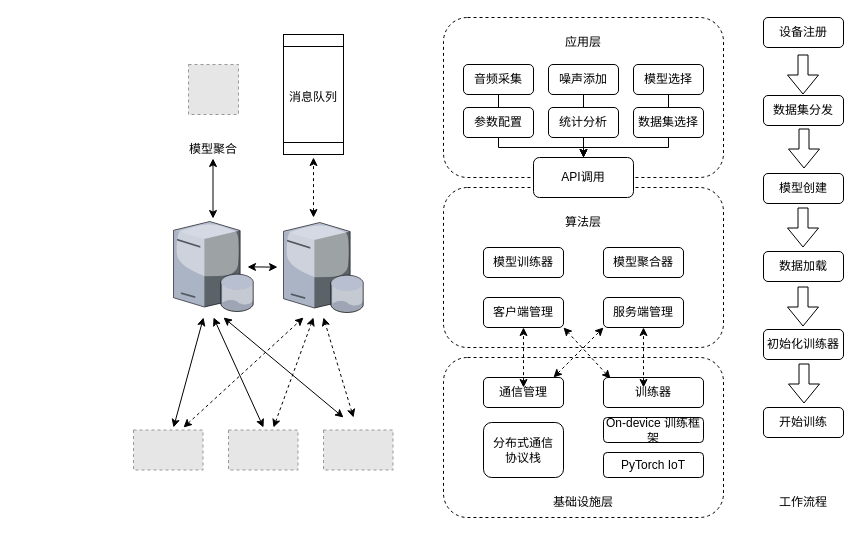
The draw.io diagram Fed-AEC.drawio in cld4h/draw.io-documents, before the edit. Source tidied: cells renumbered, new cells numbered last; positions are measured from the earlier drawing's top-left corner, leaving out a move shared by most shapes. Both pictures are drawn from the tidied source at 100%, with x=0, y=0 at pixel (133, 17). Pictures stored in the file or linked from it are replaced by grey dashed boxes.
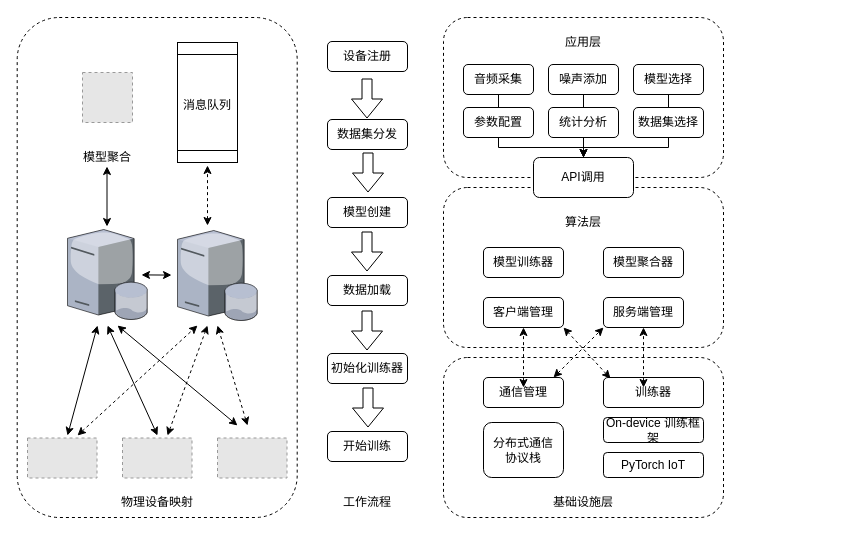
The same diagram, later.

What changed in the source:
```diff
@@
     <mxCell id="34" value="设备注册" style="rounded=1;whiteSpace=wrap;html=1;" parent="1" vertex="1">
-      <mxGeometry x="630" width="80" height="30" as="geometry" />
+      <mxGeometry x="194" y="24" width="80" height="30" as="geometry" />
     </mxCell>
     <mxCell id="35" value="数据集分发" style="rounded=1;whiteSpace=wrap;html=1;" parent="1" vertex="1">
-      <mxGeometry x="630" y="78" width="80" height="30" as="geometry" />
+      <mxGeometry x="194" y="102" width="80" height="30" as="geometry" />
     </mxCell>
     <mxCell id="36" value="模型创建" style="rounded=1;whiteSpace=wrap;html=1;" parent="1" vertex="1">
-      <mxGeometry x="630" y="156" width="80" height="30" as="geometry" />
+      <mxGeometry x="194" y="180" width="80" height="30" as="geometry" />
     </mxCell>
     <mxCell id="37" value="数据加载" style="rounded=1;whiteSpace=wrap;html=1;" parent="1" vertex="1">
-      <mxGeometry x="630" y="234" width="80" height="30" as="geometry" />
+      <mxGeometry x="194" y="258" width="80" height="30" as="geometry" />
     </mxCell>
     <mxCell id="38" value="初始化训练器" style="rounded=1;whiteSpace=wrap;html=1;" parent="1" vertex="1">
-      <mxGeometry x="630" y="312" width="80" height="30" as="geometry" />
+      <mxGeometry x="194" y="336" width="80" height="30" as="geometry" />
     </mxCell>
     <mxCell id="39" value="开始训练" style="rounded=1;whiteSpace=wrap;html=1;" parent="1" vertex="1">
-      <mxGeometry x="630" y="390" width="80" height="30" as="geometry" />
+      <mxGeometry x="194" y="414" width="80" height="30" as="geometry" />
     </mxCell>
     <mxCell id="40" style="shape=flexArrow;endArrow=classic;html=1;rounded=0;" parent="1" edge="1">
       <mxGeometry relative="1" as="geometry">
-        <mxPoint x="669.5" y="37" as="sourcePoint" />
-        <mxPoint x="669.5" y="77" as="targetPoint" />
+        <mxPoint x="233.5" y="61" as="sourcePoint" />
+        <mxPoint x="233.5" y="101" as="targetPoint" />
       </mxGeometry>
     </mxCell>
     <mxCell id="41" value="工作流程" style="text;html=1;strokeColor=none;fillColor=none;align=center;verticalAlign=middle;whiteSpace=wrap;rounded=0;" parent="1" vertex="1">
-      <mxGeometry x="630" y="470" width="80" height="30" as="geometry" />
+      <mxGeometry x="194" y="470" width="80" height="30" as="geometry" />
     </mxCell>
     <mxCell id="42" style="shape=flexArrow;endArrow=classic;html=1;rounded=0;" parent="1" edge="1">
       <mxGeometry relative="1" as="geometry">
-        <mxPoint x="670.5" y="111" as="sourcePoint" />
-        <mxPoint x="670.5" y="151" as="targetPoint" />
+        <mxPoint x="234.5" y="135" as="sourcePoint" />
+        <mxPoint x="234.5" y="175" as="targetPoint" />
       </mxGeometry>
     </mxCell>
     <mxCell id="43" style="shape=flexArrow;endArrow=classic;html=1;rounded=0;" parent="1" edge="1">
       <mxGeometry relative="1" as="geometry">
-        <mxPoint x="669.5" y="190" as="sourcePoint" />
-        <mxPoint x="669.5" y="230" as="targetPoint" />
+        <mxPoint x="233.5" y="214" as="sourcePoint" />
+        <mxPoint x="233.5" y="254" as="targetPoint" />
       </mxGeometry>
     </mxCell>
     <mxCell id="44" style="shape=flexArrow;endArrow=classic;html=1;rounded=0;" parent="1" edge="1">
       <mxGeometry relative="1" as="geometry">
-        <mxPoint x="669.5" y="269" as="sourcePoint" />
-        <mxPoint x="669.5" y="309" as="targetPoint" />
+        <mxPoint x="233.5" y="293" as="sourcePoint" />
+        <mxPoint x="233.5" y="333" as="targetPoint" />
       </mxGeometry>
     </mxCell>
     <mxCell id="45" style="shape=flexArrow;endArrow=classic;html=1;rounded=0;" parent="1" edge="1">
       <mxGeometry relative="1" as="geometry">
-        <mxPoint x="670.5" y="346" as="sourcePoint" />
-        <mxPoint x="670.5" y="386" as="targetPoint" />
+        <mxPoint x="234.5" y="370" as="sourcePoint" />
+        <mxPoint x="234.5" y="410" as="targetPoint" />
       </mxGeometry>
     </mxCell>
     <mxCell id="46" style="verticalLabelPosition=bottom;sketch=0;html=1;verticalAlign=top;strokeColor=none;align=center;shape=mxgraph.citrix.database_server;" parent="1" vertex="1">
-      <mxGeometry x="40" y="204" width="80" height="90" as="geometry" />
+      <mxGeometry x="-66" y="212" width="80" height="90" as="geometry" />
     </mxCell>
     <mxCell id="47" style="fillColor=#E6E6E6;strokeColor=#999999;dashed=1;verticalLabelPosition=bottom;labelBackgroundColor=default;verticalAlign=top;" parent="1" vertex="1">
-      <mxGeometry y="412.5" width="69.5" height="40" as="geometry" />
+      <mxGeometry x="-106" y="420.5" width="69.5" height="40" as="geometry" />
     </mxCell>
     <mxCell id="48" style="fillColor=#E6E6E6;strokeColor=#999999;dashed=1;verticalLabelPosition=bottom;labelBackgroundColor=default;verticalAlign=top;" parent="1" vertex="1">
-      <mxGeometry x="95" y="412.5" width="69.5" height="40" as="geometry" />
+      <mxGeometry x="-11" y="420.5" width="69.5" height="40" as="geometry" />
     </mxCell>
     <mxCell id="49" style="fillColor=#E6E6E6;strokeColor=#999999;dashed=1;verticalLabelPosition=bottom;labelBackgroundColor=default;verticalAlign=top;" parent="1" vertex="1">
-      <mxGeometry x="190" y="412.5" width="69.5" height="40" as="geometry" />
+      <mxGeometry x="84" y="420.5" width="69.5" height="40" as="geometry" />
     </mxCell>
     <mxCell id="50" style="verticalLabelPosition=bottom;sketch=0;html=1;verticalAlign=top;strokeColor=none;align=center;shape=mxgraph.citrix.database_server;" parent="1" vertex="1">
-      <mxGeometry x="150" y="205" width="80" height="90" as="geometry" />
+      <mxGeometry x="44" y="213" width="80" height="90" as="geometry" />
     </mxCell>
     <mxCell id="51" style="endArrow=classic;startArrow=classic;html=1;rounded=0;dashed=1;" parent="1" edge="1">
       <mxGeometry relative="1" as="geometry">
-        <mxPoint x="50" y="410" as="sourcePoint" />
-        <mxPoint x="170" y="300" as="targetPoint" />
+        <mxPoint x="-56" y="418" as="sourcePoint" />
+        <mxPoint x="64" y="308" as="targetPoint" />
       </mxGeometry>
     </mxCell>
     <mxCell id="52" style="endArrow=classic;startArrow=classic;html=1;rounded=0;dashed=1;" parent="1" edge="1">
       <mxGeometry relative="1" as="geometry">
-        <mxPoint x="140" y="410" as="sourcePoint" />
-        <mxPoint x="180" y="300" as="targetPoint" />
+        <mxPoint x="34" y="418" as="sourcePoint" />
+        <mxPoint x="74" y="308" as="targetPoint" />
       </mxGeometry>
     </mxCell>
     <mxCell id="53" style="endArrow=classic;startArrow=classic;html=1;rounded=0;dashed=1;" parent="1" edge="1">
       <mxGeometry relative="1" as="geometry">
-        <mxPoint x="220" y="400" as="sourcePoint" />
-        <mxPoint x="190" y="300" as="targetPoint" />
+        <mxPoint x="114" y="408" as="sourcePoint" />
+        <mxPoint x="84" y="308" as="targetPoint" />
       </mxGeometry>
     </mxCell>
     <mxCell id="54" style="endArrow=classic;startArrow=classic;html=1;rounded=0;" parent="1" edge="1">
       <mxGeometry relative="1" as="geometry">
-        <mxPoint x="40" y="410" as="sourcePoint" />
-        <mxPoint x="70" y="300" as="targetPoint" />
+        <mxPoint x="-66" y="418" as="sourcePoint" />
+        <mxPoint x="-36" y="308" as="targetPoint" />
       </mxGeometry>
     </mxCell>
     <mxCell id="55" style="endArrow=classic;startArrow=classic;html=1;rounded=0;" parent="1" edge="1">
       <mxGeometry relative="1" as="geometry">
-        <mxPoint x="130" y="410" as="sourcePoint" />
-        <mxPoint x="80" y="300" as="targetPoint" />
+        <mxPoint x="24" y="418" as="sourcePoint" />
+        <mxPoint x="-26" y="308" as="targetPoint" />
       </mxGeometry>
     </mxCell>
     <mxCell id="56" style="endArrow=classic;startArrow=classic;html=1;rounded=0;" parent="1" edge="1">
       <mxGeometry relative="1" as="geometry">
-        <mxPoint x="210" y="400" as="sourcePoint" />
-        <mxPoint x="90" y="300" as="targetPoint" />
+        <mxPoint x="104" y="408" as="sourcePoint" />
+        <mxPoint x="-16" y="308" as="targetPoint" />
       </mxGeometry>
     </mxCell>
     <mxCell id="57" style="shape=process;whiteSpace=wrap;html=1;backgroundOutline=1;rotation=-90;" parent="1" vertex="1">
-      <mxGeometry x="120" y="47" width="120" height="60" as="geometry" />
+      <mxGeometry x="14" y="55" width="120" height="60" as="geometry" />
     </mxCell>
     <mxCell id="58" value="消息队列" style="text;html=1;strokeColor=none;fillColor=none;align=center;verticalAlign=middle;whiteSpace=wrap;rounded=0;" parent="1" vertex="1">
-      <mxGeometry x="150" y="65" width="60" height="30" as="geometry" />
+      <mxGeometry x="44" y="73" width="60" height="30" as="geometry" />
     </mxCell>
     <mxCell id="59" style="fillColor=#E6E6E6;strokeColor=#999999;dashed=1;verticalLabelPosition=bottom;labelBackgroundColor=default;verticalAlign=top;" parent="1" vertex="1">
-      <mxGeometry x="55" y="47" width="50" height="50" as="geometry" />
+      <mxGeometry x="-51" y="55" width="50" height="50" as="geometry" />
     </mxCell>
     <mxCell id="60" value="模型聚合" style="text;html=1;strokeColor=none;fillColor=none;align=center;verticalAlign=middle;whiteSpace=wrap;rounded=0;" parent="1" vertex="1">
-      <mxGeometry x="50" y="117" width="60" height="30" as="geometry" />
+      <mxGeometry x="-56" y="125" width="60" height="30" as="geometry" />
     </mxCell>
     <mxCell id="61" style="endArrow=classic;startArrow=classic;html=1;rounded=0;dashed=1;" parent="1" edge="1">
       <mxGeometry relative="1" as="geometry">
-        <mxPoint x="180" y="200" as="sourcePoint" />
-        <mxPoint x="180" y="140" as="targetPoint" />
+        <mxPoint x="74" y="208" as="sourcePoint" />
+        <mxPoint x="74" y="148" as="targetPoint" />
       </mxGeometry>
     </mxCell>
     <mxCell id="62" style="endArrow=classic;startArrow=classic;html=1;rounded=0;" parent="1" edge="1">
       <mxGeometry relative="1" as="geometry">
-        <mxPoint x="79.5" y="201" as="sourcePoint" />
-        <mxPoint x="79.5" y="141" as="targetPoint" />
+        <mxPoint x="-26.5" y="209" as="sourcePoint" />
+        <mxPoint x="-26.5" y="149" as="targetPoint" />
       </mxGeometry>
     </mxCell>
     <mxCell id="63" style="endArrow=classic;startArrow=classic;html=1;rounded=0;" parent="1" edge="1">
       <mxGeometry relative="1" as="geometry">
-        <mxPoint x="114" y="249.4" as="sourcePoint" />
-        <mxPoint x="144" y="249.6" as="targetPoint" />
+        <mxPoint x="8" y="257.4" as="sourcePoint" />
+        <mxPoint x="38" y="257.6" as="targetPoint" />
       </mxGeometry>
     </mxCell>
+    <mxCell id="64" style="rounded=1;whiteSpace=wrap;html=1;fillColor=none;dashed=1;" parent="1" vertex="1">
+      <mxGeometry x="-116.3" width="280" height="500" as="geometry" />
+    </mxCell>
+    <mxCell id="65" value="物理设备映射" style="text;html=1;strokeColor=none;fillColor=none;align=center;verticalAlign=middle;whiteSpace=wrap;rounded=0;" parent="1" vertex="1">
+      <mxGeometry x="-16.3" y="470" width="80" height="30" as="geometry" />
+    </mxCell>
```
